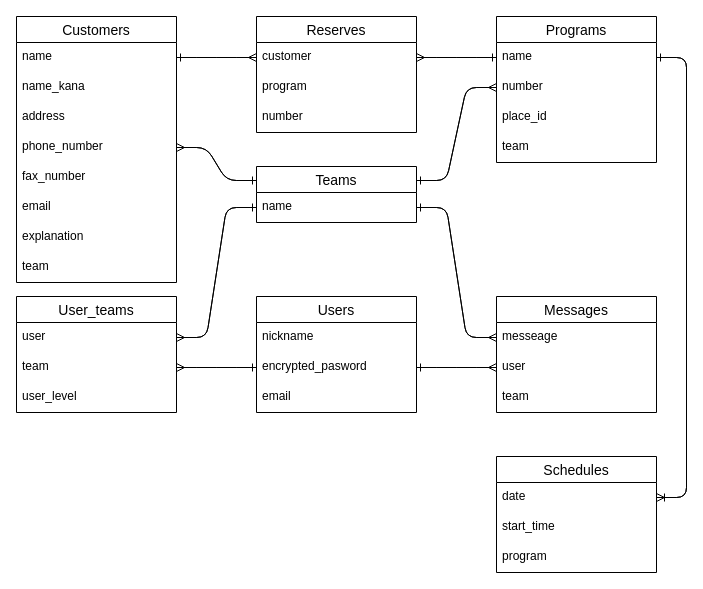
This is ER.dio from hachiko38101/ticket_bunch, a draw.io file, before an edit. Source tidied: cells renumbered, new cells numbered last; positions are measured from the earlier drawing's top-left corner, leaving out a move shared by most shapes. Both pictures are drawn from the tidied source at 100%, with x=0, y=0 at pixel (16, 16).
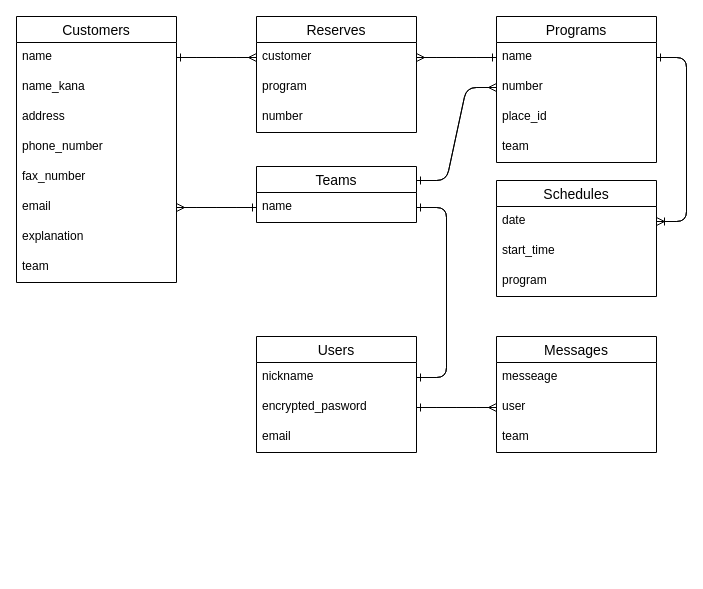
After the change.

The change refers to these unchanged cells:
```xml
<mxCell id="11" value="phone_number " style="text;strokeColor=none;fillColor=none;spacingLeft=4;spacingRight=4;overflow=hidden;points=[[0,0.5],[1,0.5]];portConstraint=eastwest;fontSize=12;" parent="7" vertex="1">
  <mxGeometry y="116" width="160" height="30" as="geometry" />
</mxCell>
<mxCell id="13" value="email" style="text;strokeColor=none;fillColor=none;spacingLeft=4;spacingRight=4;overflow=hidden;points=[[0,0.5],[1,0.5]];portConstraint=eastwest;fontSize=12;" parent="7" vertex="1">
  <mxGeometry y="176" width="160" height="30" as="geometry" />
</mxCell>
<mxCell id="17" value="nickname " style="text;strokeColor=none;fillColor=none;spacingLeft=4;spacingRight=4;overflow=hidden;points=[[0,0.5],[1,0.5]];portConstraint=eastwest;fontSize=12;" parent="16" vertex="1">
  <mxGeometry y="26" width="160" height="30" as="geometry" />
</mxCell>
<mxCell id="18" value="encrypted_pasword" style="text;strokeColor=none;fillColor=none;spacingLeft=4;spacingRight=4;overflow=hidden;points=[[0,0.5],[1,0.5]];portConstraint=eastwest;fontSize=12;" parent="16" vertex="1">
  <mxGeometry y="56" width="160" height="30" as="geometry" />
</mxCell>
<mxCell id="20" value="Teams" style="swimlane;fontStyle=0;horizontal=1;startSize=26;align=center;fontSize=14;" parent="1" vertex="1">
  <mxGeometry x="240" y="150" width="160" height="56" as="geometry" />
</mxCell>
<mxCell id="21" value="name" style="text;strokeColor=none;fillColor=none;spacingLeft=4;spacingRight=4;overflow=hidden;points=[[0,0.5],[1,0.5]];portConstraint=eastwest;fontSize=12;" parent="20" vertex="1">
  <mxGeometry y="26" width="160" height="30" as="geometry" />
</mxCell>
<mxCell id="43" value="messeage" style="text;strokeColor=none;fillColor=none;spacingLeft=4;spacingRight=4;overflow=hidden;points=[[0,0.5],[1,0.5]];portConstraint=eastwest;fontSize=12;" parent="42" vertex="1">
  <mxGeometry y="26" width="160" height="30" as="geometry" />
</mxCell>
<mxCell id="44" value="user" style="text;strokeColor=none;fillColor=none;spacingLeft=4;spacingRight=4;overflow=hidden;points=[[0,0.5],[1,0.5]];portConstraint=eastwest;fontSize=12;" parent="42" vertex="1">
  <mxGeometry y="56" width="160" height="30" as="geometry" />
</mxCell>
```

What changed in the source:
```diff
@@
     <mxCell id="16" value="Users" style="swimlane;fontStyle=0;horizontal=1;startSize=26;align=center;fontSize=14;" parent="1" vertex="1">
-      <mxGeometry x="240" y="280" width="160" height="116" as="geometry" />
+      <mxGeometry x="240" y="320" width="160" height="116" as="geometry" />
     </mxCell>
@@
-    <mxCell id="26" value="User_teams" style="swimlane;fontStyle=0;horizontal=1;startSize=26;align=center;fontSize=14;" parent="1" vertex="1">
-      <mxGeometry y="280" width="160" height="116" as="geometry" />
-    </mxCell>
-    <mxCell id="27" value="user" style="text;strokeColor=none;fillColor=none;spacingLeft=4;spacingRight=4;overflow=hidden;points=[[0,0.5],[1,0.5]];portConstraint=eastwest;fontSize=12;" parent="26" vertex="1">
-      <mxGeometry y="26" width="160" height="30" as="geometry" />
-    </mxCell>
-    <mxCell id="28" value="team" style="text;strokeColor=none;fillColor=none;spacingLeft=4;spacingRight=4;overflow=hidden;points=[[0,0.5],[1,0.5]];portConstraint=eastwest;fontSize=12;" parent="26" vertex="1">
-      <mxGeometry y="56" width="160" height="30" as="geometry" />
-    </mxCell>
-    <mxCell id="29" value="user_level" style="text;strokeColor=none;fillColor=none;spacingLeft=4;spacingRight=4;overflow=hidden;fontSize=12;" parent="26" vertex="1">
-      <mxGeometry y="86" width="160" height="30" as="geometry" />
-    </mxCell>
-    <mxCell id="30" style="edgeStyle=entityRelationEdgeStyle;fontSize=12;html=1;endArrow=ERone;endFill=1;exitX=1;exitY=0.5;exitDx=0;exitDy=0;entryX=0;entryY=0.5;entryDx=0;entryDy=0;" parent="1" edge="1" source="27" target="21">
+    <mxCell id="30" style="edgeStyle=entityRelationEdgeStyle;fontSize=12;html=1;endArrow=ERone;endFill=1;exitX=1;exitY=0.5;exitDx=0;exitDy=0;entryX=1;entryY=0.5;entryDx=0;entryDy=0;" parent="1" edge="1" source="17" target="21">
       <mxGeometry relative="1" as="geometry" />
     </mxCell>
-    <mxCell id="31" style="edgeStyle=entityRelationEdgeStyle;fontSize=12;html=1;endArrow=ERmany;exitX=0;exitY=0.5;exitDx=0;exitDy=0;entryX=1;entryY=0.5;entryDx=0;entryDy=0;" parent="1" edge="1" source="21" target="27">
-      <mxGeometry relative="1" as="geometry" />
-    </mxCell>
-    <mxCell id="32" style="edgeStyle=entityRelationEdgeStyle;fontSize=12;html=1;endArrow=ERone;endFill=1;entryX=0;entryY=0.5;entryDx=0;entryDy=0;exitX=1;exitY=0.5;exitDx=0;exitDy=0;" parent="1" edge="1" source="28" target="18">
+    <mxCell id="32" style="edgeStyle=entityRelationEdgeStyle;fontSize=12;html=1;endArrow=ERone;endFill=1;exitX=1;exitY=0.5;exitDx=0;exitDy=0;entryX=1;entryY=0.5;entryDx=0;entryDy=0;" parent="1" edge="1" source="21" target="17">
       <mxGeometry relative="1" as="geometry" />
     </mxCell>
-    <mxCell id="33" style="edgeStyle=entityRelationEdgeStyle;fontSize=12;html=1;endArrow=ERmany;exitX=0;exitY=0.5;exitDx=0;exitDy=0;entryX=1;entryY=0.5;entryDx=0;entryDy=0;" parent="1" edge="1" source="18" target="28">
-      <mxGeometry relative="1" as="geometry" />
-    </mxCell>
-    <mxCell id="34" style="edgeStyle=entityRelationEdgeStyle;fontSize=12;html=1;endArrow=ERone;endFill=1;entryX=0;entryY=0.25;entryDx=0;entryDy=0;exitX=1;exitY=0.5;exitDx=0;exitDy=0;" parent="1" edge="1" source="11" target="20">
+    <mxCell id="34" style="edgeStyle=entityRelationEdgeStyle;fontSize=12;html=1;endArrow=ERone;endFill=1;entryX=0;entryY=0.5;entryDx=0;entryDy=0;exitX=1;exitY=0.5;exitDx=0;exitDy=0;" parent="1" edge="1" source="13" target="21">
       <mxGeometry relative="1" as="geometry" />
     </mxCell>
-    <mxCell id="35" style="edgeStyle=entityRelationEdgeStyle;fontSize=12;html=1;endArrow=ERmany;entryX=1;entryY=0.5;entryDx=0;entryDy=0;exitX=0;exitY=0.25;exitDx=0;exitDy=0;" parent="1" edge="1" source="20" target="11">
+    <mxCell id="35" style="edgeStyle=entityRelationEdgeStyle;fontSize=12;html=1;endArrow=ERmany;exitX=0;exitY=0.5;exitDx=0;exitDy=0;" parent="1" edge="1" source="21" target="13">
       <mxGeometry relative="1" as="geometry" />
     </mxCell>
@@
     <mxCell id="42" value="Messages" style="swimlane;fontStyle=0;horizontal=1;startSize=26;align=center;fontSize=14;" parent="1" vertex="1">
-      <mxGeometry x="480" y="280" width="160" height="116" as="geometry" />
+      <mxGeometry x="480" y="320" width="160" height="116" as="geometry" />
     </mxCell>
@@
-    <mxCell id="46" style="edgeStyle=entityRelationEdgeStyle;fontSize=12;html=1;endArrow=ERmany;exitX=1;exitY=0.5;exitDx=0;exitDy=0;entryX=0;entryY=0.5;entryDx=0;entryDy=0;" parent="1" edge="1" source="21" target="43">
+    <mxCell id="46" style="edgeStyle=entityRelationEdgeStyle;fontSize=12;html=1;endArrow=ERmany;exitX=1;exitY=0.5;exitDx=0;exitDy=0;entryX=0;entryY=0.5;entryDx=0;entryDy=0;" parent="1" edge="1" source="18" target="44">
       <mxGeometry relative="1" as="geometry" />
     </mxCell>
-    <mxCell id="47" style="edgeStyle=entityRelationEdgeStyle;fontSize=12;html=1;endArrow=ERmany;exitX=1;exitY=0.5;exitDx=0;exitDy=0;entryX=0;entryY=0.5;entryDx=0;entryDy=0;" parent="1" edge="1" source="18" target="44">
-      <mxGeometry relative="1" as="geometry" />
-    </mxCell>
-    <mxCell id="48" style="edgeStyle=entityRelationEdgeStyle;fontSize=12;html=1;endArrow=ERone;endFill=1;entryX=1;entryY=0.5;entryDx=0;entryDy=0;exitX=0;exitY=0.5;exitDx=0;exitDy=0;" parent="1" edge="1" source="44" target="18">
-      <mxGeometry relative="1" as="geometry" />
-    </mxCell>
-    <mxCell id="49" style="edgeStyle=entityRelationEdgeStyle;fontSize=12;html=1;endArrow=ERone;endFill=1;entryX=1;entryY=0.5;entryDx=0;entryDy=0;exitX=0;exitY=0.5;exitDx=0;exitDy=0;" parent="1" edge="1" source="43" target="21">
+    <mxCell id="49" style="edgeStyle=entityRelationEdgeStyle;fontSize=12;html=1;endArrow=ERone;endFill=1;entryX=1;entryY=0.5;entryDx=0;entryDy=0;exitX=0;exitY=0.5;exitDx=0;exitDy=0;" parent="1" edge="1" source="44" target="18">
       <mxGeometry relative="1" as="geometry" />
     </mxCell>
     <mxCell id="50" value="Schedules" style="swimlane;fontStyle=0;horizontal=1;startSize=26;align=center;fontSize=14;" parent="1" vertex="1">
-      <mxGeometry x="480" y="440" width="160" height="116" as="geometry" />
+      <mxGeometry x="480" y="164" width="160" height="116" as="geometry" />
     </mxCell>
```
